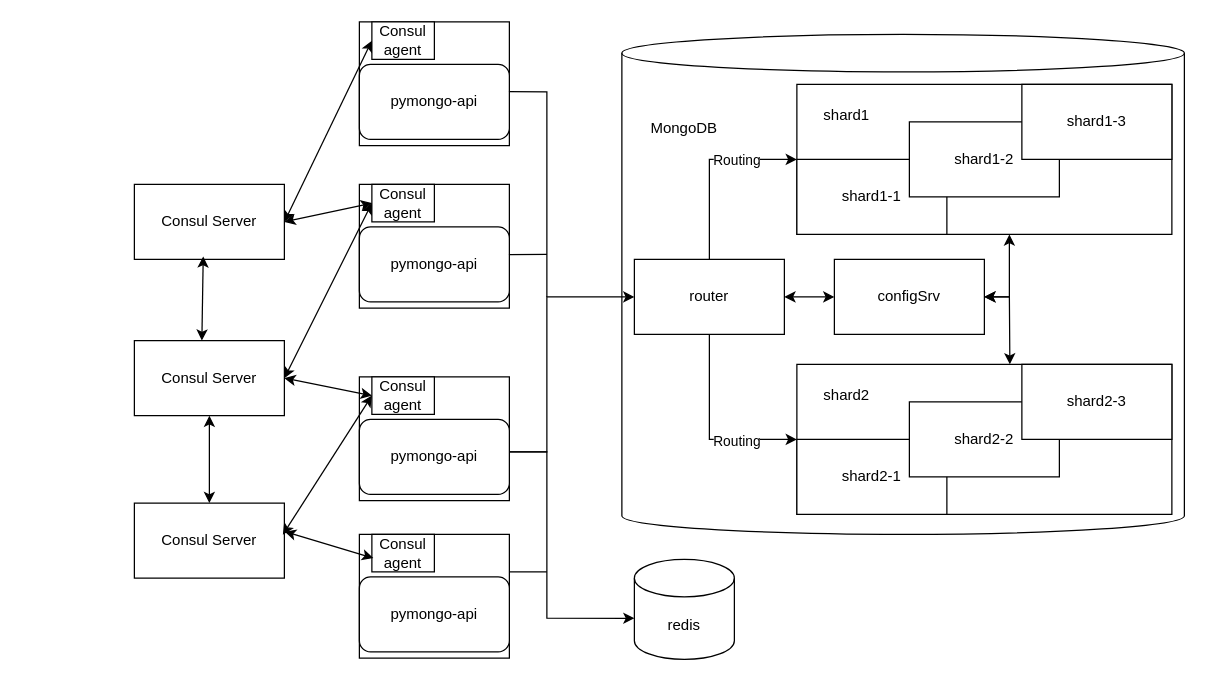
Before: task5.drawio in AlexanderTikhonovB/fourth, a draw.io diagram. Source tidied: cells renumbered, new cells numbered last; positions are measured from the earlier drawing's top-left corner, leaving out a move shared by most shapes. Both pictures are drawn from the tidied source at 125%, with x=0, y=0 at pixel (134, 21).
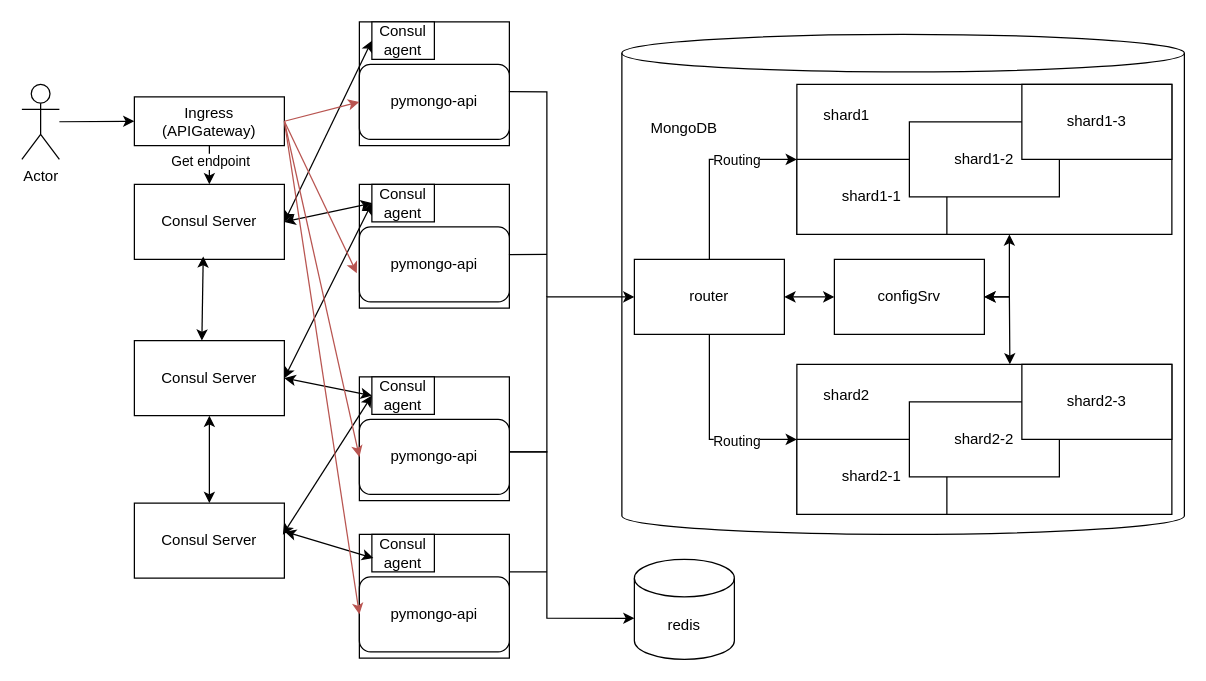
The same page after the edit.

Unchanged cells that the change refers to:
```xml
<mxCell id="28" value="pymongo-api" style="rounded=1;whiteSpace=wrap;html=1;" parent="26" vertex="1">
  <mxGeometry y="34" width="120" height="60" as="geometry" />
</mxCell>
<mxCell id="30" value="Consul Server" style="rounded=0;whiteSpace=wrap;html=1;" parent="1" vertex="1">
  <mxGeometry y="130" width="120" height="60" as="geometry" />
</mxCell>
<mxCell id="37" value="pymongo-api" style="rounded=1;whiteSpace=wrap;html=1;" parent="35" vertex="1">
  <mxGeometry y="34" width="120" height="60" as="geometry" />
</mxCell>
<mxCell id="41" value="pymongo-api" style="rounded=1;whiteSpace=wrap;html=1;" parent="39" vertex="1">
  <mxGeometry y="34" width="120" height="60" as="geometry" />
</mxCell>
<mxCell id="45" value="pymongo-api" style="rounded=1;whiteSpace=wrap;html=1;" parent="43" vertex="1">
  <mxGeometry y="34" width="120" height="60" as="geometry" />
</mxCell>
```

The edit, as a diff of the source:
```diff
@@
+    <mxCell id="56" value="Ingress&lt;div&gt;(APIGateway)&lt;/div&gt;" style="rounded=0;whiteSpace=wrap;html=1;" parent="1" vertex="1">
+      <mxGeometry y="60" width="120" height="39" as="geometry" />
+    </mxCell>
+    <mxCell id="57" style="endArrow=classic;html=1;rounded=0;entryX=0.5;entryY=0;entryDx=0;entryDy=0;exitX=0.5;exitY=1;exitDx=0;exitDy=0;" parent="1" edge="1" source="56" target="30">
+      <mxGeometry relative="1" as="geometry" />
+    </mxCell>
+    <mxCell id="58" value="Get endpoint" style="edgeLabel;html=1;align=center;verticalAlign=middle;" parent="57" vertex="1">
+      <mxGeometry x="-0.23" relative="1" as="geometry" />
+    </mxCell>
+    <mxCell id="59" style="endArrow=classic;html=1;rounded=0;entryX=0;entryY=0.5;entryDx=0;entryDy=0;exitX=1;exitY=0.5;exitDx=0;exitDy=0;fillColor=#f8cecc;strokeColor=#b85450;" parent="1" edge="1" source="56" target="45">
+      <mxGeometry relative="1" as="geometry" />
+    </mxCell>
+    <mxCell id="60" style="endArrow=classic;html=1;rounded=0;entryX=-0.017;entryY=0.617;entryDx=0;entryDy=0;exitX=1;exitY=0.5;exitDx=0;exitDy=0;fillColor=#f8cecc;strokeColor=#b85450;entryPerimeter=0;" parent="1" edge="1" source="56" target="41">
+      <mxGeometry relative="1" as="geometry" />
+    </mxCell>
+    <mxCell id="61" style="endArrow=classic;html=1;rounded=0;entryX=0;entryY=0.5;entryDx=0;entryDy=0;exitX=1;exitY=0.5;exitDx=0;exitDy=0;fillColor=#f8cecc;strokeColor=#b85450;" parent="1" edge="1" source="56" target="28">
+      <mxGeometry relative="1" as="geometry" />
+    </mxCell>
+    <mxCell id="62" style="endArrow=classic;html=1;rounded=0;entryX=0;entryY=0.5;entryDx=0;entryDy=0;exitX=1;exitY=0.5;exitDx=0;exitDy=0;fillColor=#f8cecc;strokeColor=#b85450;" parent="1" edge="1" source="56" target="37">
+      <mxGeometry relative="1" as="geometry" />
+    </mxCell>
+    <mxCell id="63" value="Actor" style="shape=umlActor;verticalLabelPosition=bottom;verticalAlign=top;html=1;outlineConnect=0;" parent="1" vertex="1">
+      <mxGeometry x="-90" y="50" width="30" height="60" as="geometry" />
+    </mxCell>
+    <mxCell id="64" style="endArrow=classic;html=1;rounded=0;entryX=0;entryY=0.5;entryDx=0;entryDy=0;" parent="1" edge="1" source="63" target="56">
+      <mxGeometry relative="1" as="geometry" />
+    </mxCell>
```
